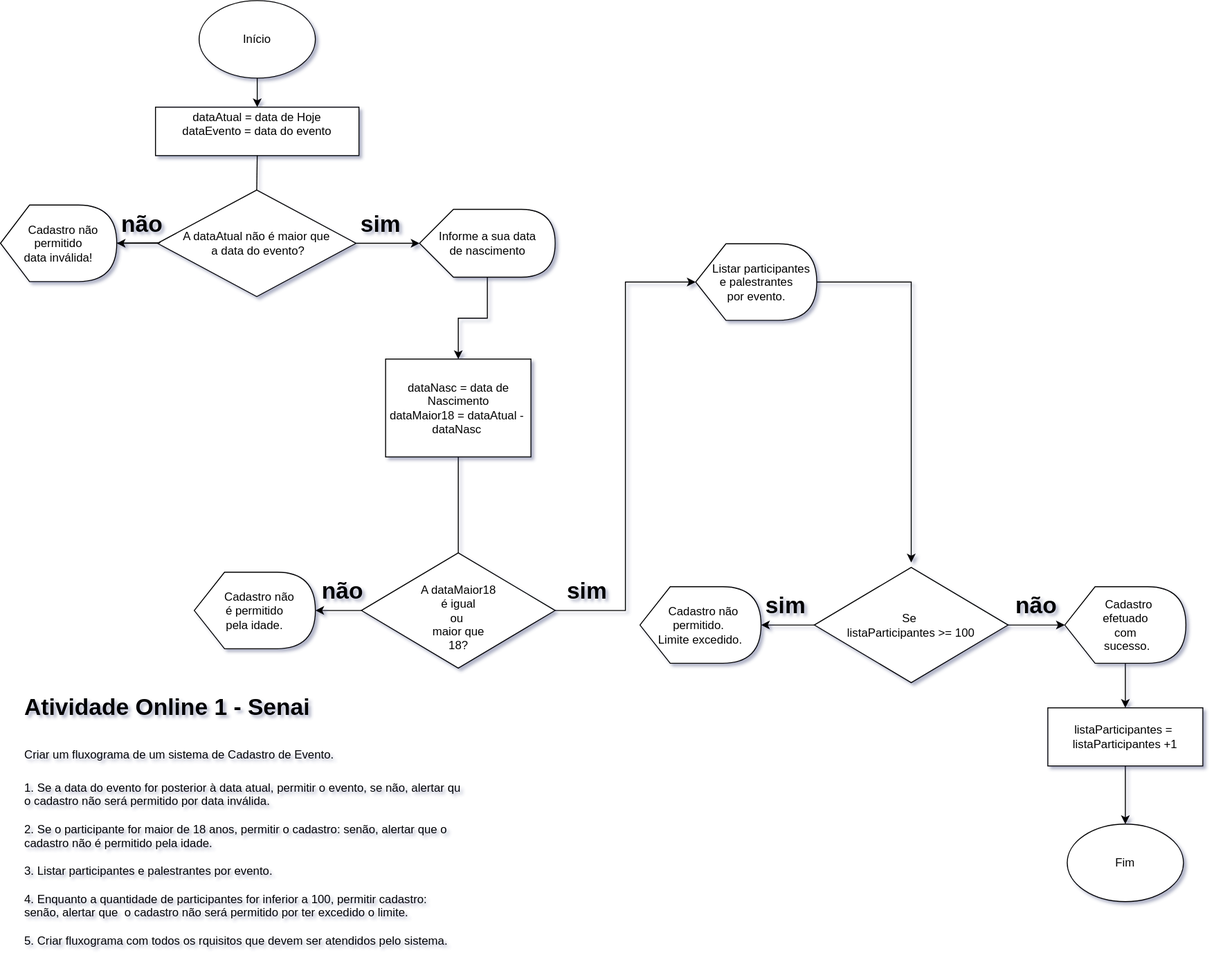
The draw.io diagram atividade online - fluxograma.svg in vanderpolezel/senai-atividade1-UC8, before a commit. Source tidied: cells renumbered, new cells last; positions are measured from the earlier drawing's top-left corner, leaving out a move shared by most shapes.
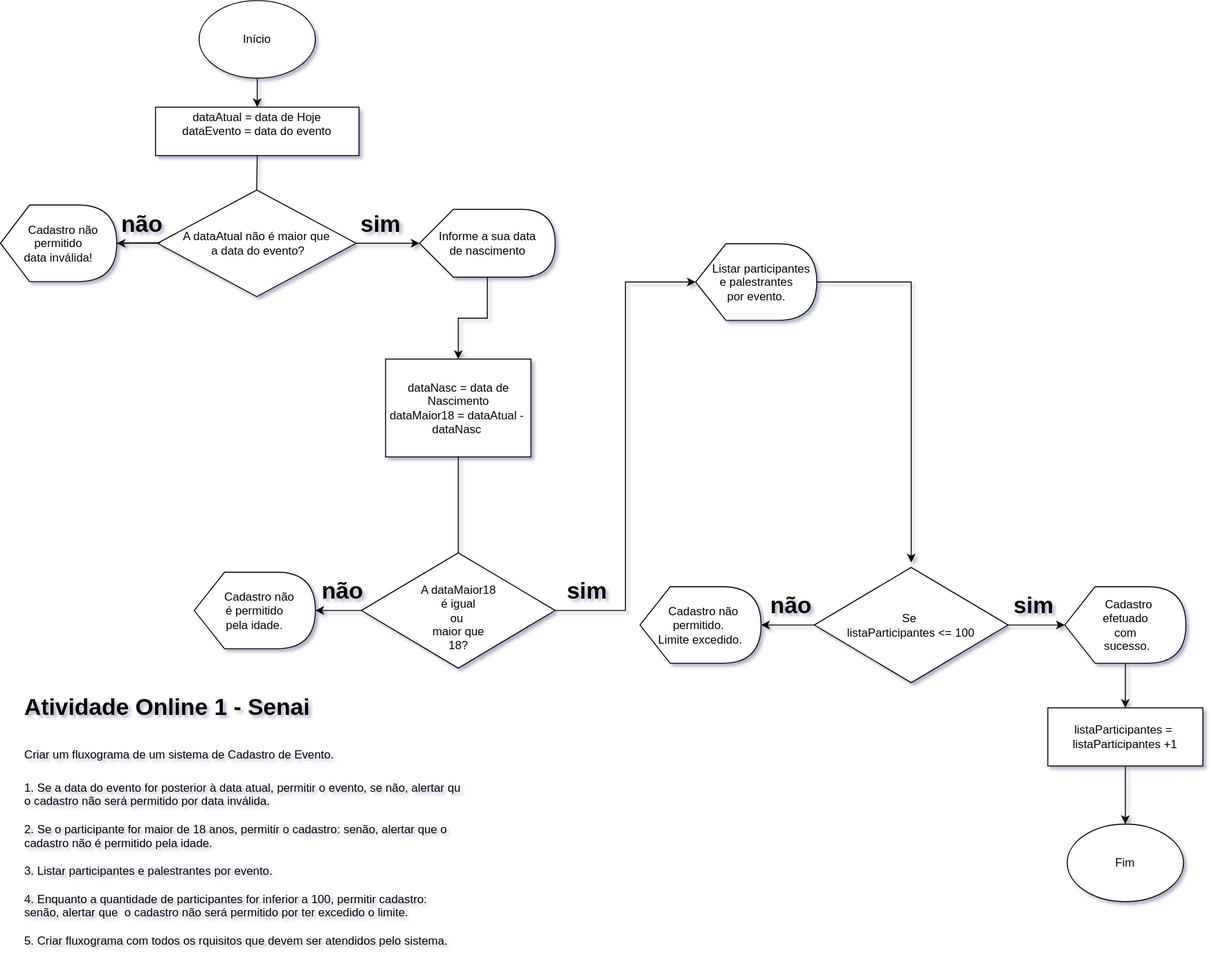
The same diagram one commit later.

The edit, as a diff of the source:
```diff
@@ -64,7 +64,7 @@
     <mxCell id="21" style="edgeStyle=orthogonalEdgeStyle;rounded=0;jettySize=auto;html=1;" parent="1" edge="1" source="22" target="25">
       <mxGeometry relative="1" as="geometry" />
     </mxCell>
-    <mxCell id="22" value="Se&amp;nbsp;&lt;br&gt;listaParticipantes &amp;gt;= 100" style="rhombus;whiteSpace=wrap;html=1;" parent="1" vertex="1">
+    <mxCell id="22" value="Se&amp;nbsp;&lt;br&gt;listaParticipantes &amp;lt;= 100" style="rhombus;whiteSpace=wrap;html=1;" parent="1" vertex="1">
       <mxGeometry x="840" y="585" width="200" height="119" as="geometry" />
     </mxCell>
     <mxCell id="23" value="&amp;nbsp; &amp;nbsp;Cadastro não&amp;nbsp;&lt;br&gt;permitido.&amp;nbsp;&lt;br&gt;Limite excedido." style="shape=display;whiteSpace=wrap;html=1;" parent="1" vertex="1">
@@ -91,13 +91,13 @@
       <mxGeometry relative="1" as="geometry" />
     </mxCell>
     <mxCell id="30" value="&lt;h1&gt;sim&lt;/h1&gt;" style="text;html=1;strokeColor=none;fillColor=none;spacing=5;spacingTop=-20;whiteSpace=wrap;overflow=hidden;rounded=0;" parent="1" vertex="1">
-      <mxGeometry x="785" y="605" width="60" height="40" as="geometry" />
+      <mxGeometry x="1041" y="605" width="60" height="40" as="geometry" />
     </mxCell>
     <mxCell id="31" value="&lt;h1&gt;não&lt;/h1&gt;" style="text;html=1;strokeColor=none;fillColor=none;spacing=5;spacingTop=-20;whiteSpace=wrap;overflow=hidden;rounded=0;" parent="1" vertex="1">
       <mxGeometry x="327" y="590" width="60" height="40" as="geometry" />
     </mxCell>
     <mxCell id="32" value="&lt;h1&gt;não&lt;/h1&gt;" style="text;html=1;strokeColor=none;fillColor=none;spacing=5;spacingTop=-20;whiteSpace=wrap;overflow=hidden;rounded=0;" parent="1" vertex="1">
-      <mxGeometry x="1042.5" y="605" width="60" height="40" as="geometry" />
+      <mxGeometry x="790" y="605" width="60" height="40" as="geometry" />
     </mxCell>
     <mxCell id="33" value="&lt;h1&gt;não&lt;/h1&gt;" style="text;html=1;strokeColor=none;fillColor=none;spacing=5;spacingTop=-20;whiteSpace=wrap;overflow=hidden;rounded=0;" parent="1" vertex="1">
       <mxGeometry x="120" y="211" width="60" height="40" as="geometry" />
```
